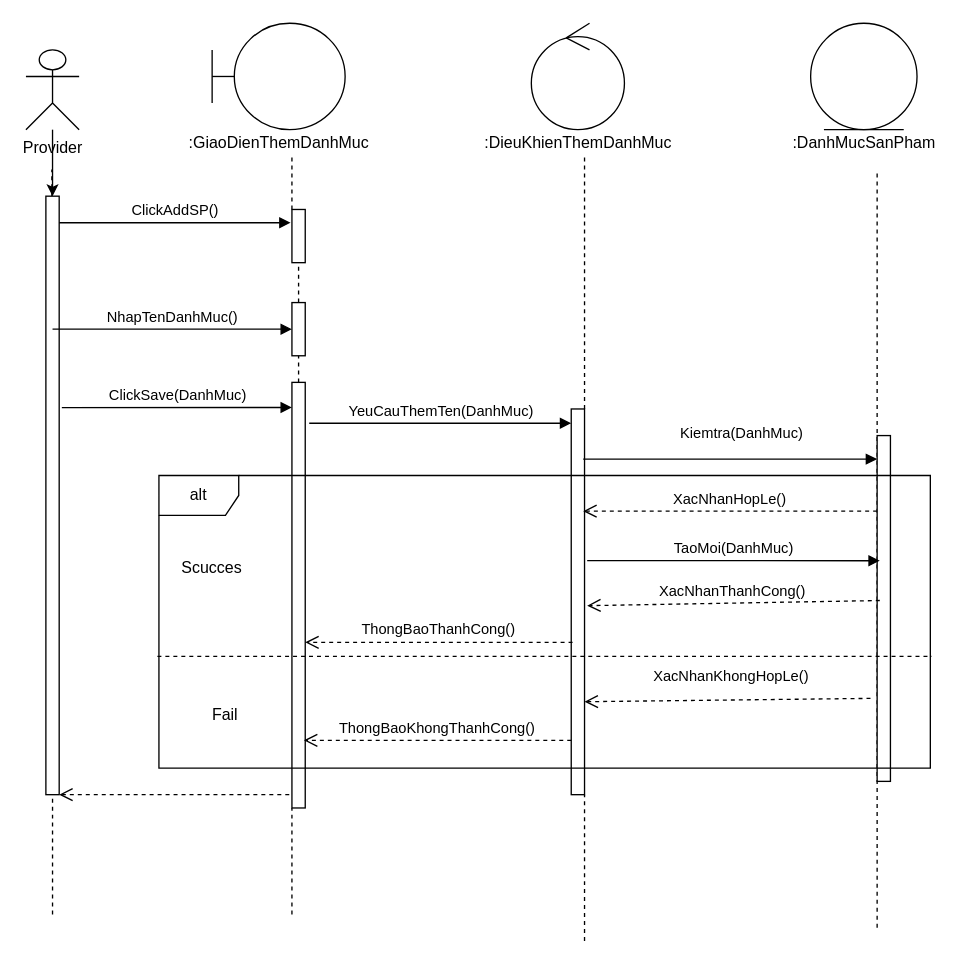
Above: Sequence/ThemDanhMucSanPham.drawio in hoangminh15/PTTKHT (draw.io), before the change. Source tidied: cells renumbered, new cells numbered last; positions are measured from the earlier drawing's top-left corner, leaving out a move shared by most shapes. Both pictures are drawn from the tidied source at 133%, with x=0, y=0 at pixel (25, 23).
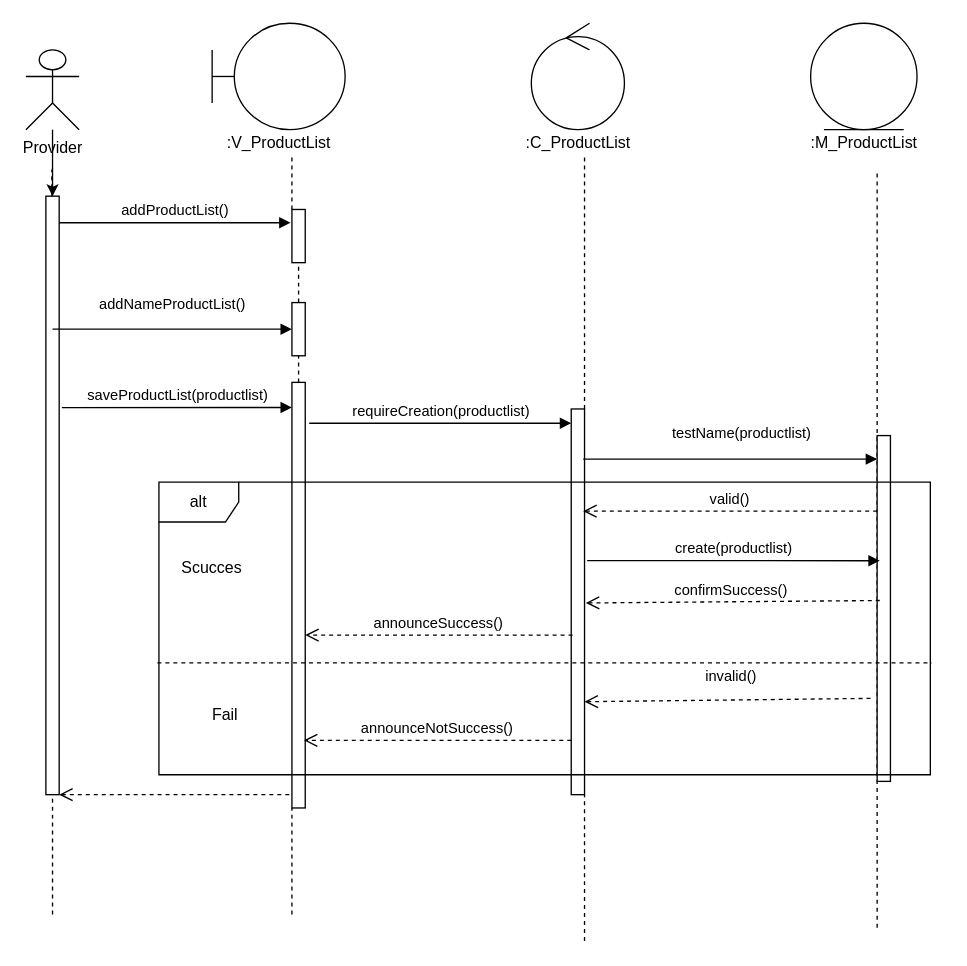
The same page after the edit.

The change refers to these unchanged cells:
```xml
<mxCell id="14" style="html=1;points=[];perimeter=orthogonalPerimeter;" parent="1" vertex="1">
  <mxGeometry x="15" y="130" width="10" height="450" as="geometry" />
</mxCell>
<mxCell id="19" style="html=1;points=[];perimeter=orthogonalPerimeter;" parent="1" vertex="1">
  <mxGeometry x="200" y="210" width="10" height="40" as="geometry" />
</mxCell>
<mxCell id="22" style="html=1;points=[];perimeter=orthogonalPerimeter;" parent="1" vertex="1">
  <mxGeometry x="200" y="270" width="10" height="320" as="geometry" />
</mxCell>
<mxCell id="25" style="html=1;points=[];perimeter=orthogonalPerimeter;" parent="1" vertex="1">
  <mxGeometry x="410" y="290" width="10" height="290" as="geometry" />
</mxCell>
<mxCell id="28" style="html=1;points=[];perimeter=orthogonalPerimeter;" parent="1" vertex="1">
  <mxGeometry x="640" y="310" width="10" height="260" as="geometry" />
</mxCell>
```

The edit, as a diff of the source:
```diff
@@
-    <mxCell id="8" value=":GiaoDienThemDanhMuc" style="text;html=1;align=center;verticalAlign=middle;" parent="1" vertex="1">
-      <mxGeometry x="115" y="80" width="150" height="20" as="geometry" />
+    <mxCell id="8" value=":V_ProductList" style="text;html=1;align=center;verticalAlign=middle;" parent="1" vertex="1">
+      <mxGeometry x="145" y="80" width="90" height="20" as="geometry" />
     </mxCell>
-    <mxCell id="9" value=":DieuKhienThemDanhMuc" style="text;html=1;align=center;verticalAlign=middle;" parent="1" vertex="1">
-      <mxGeometry x="340" y="80" width="150" height="20" as="geometry" />
+    <mxCell id="9" value=":C_ProductList" style="text;html=1;align=center;verticalAlign=middle;" parent="1" vertex="1">
+      <mxGeometry x="370" y="80" width="90" height="20" as="geometry" />
     </mxCell>
@@
-    <mxCell id="12" value=":DanhMucSanPham" style="text;html=1;align=center;verticalAlign=middle;" parent="1" vertex="1">
-      <mxGeometry x="570" y="80" width="120" height="20" as="geometry" />
+    <mxCell id="12" value=":M_ProductList" style="text;html=1;align=center;verticalAlign=middle;" parent="1" vertex="1">
+      <mxGeometry x="585" y="80" width="90" height="20" as="geometry" />
     </mxCell>
@@
-    <mxCell id="18" value="ClickAddSP()" style="html=1;verticalAlign=bottom;endArrow=block;" parent="1" edge="1" source="14">
+    <mxCell id="18" value="addProductList()" style="html=1;verticalAlign=bottom;endArrow=block;" parent="1" edge="1" source="14">
       <mxGeometry relative="1" as="geometry">
         <mxPoint x="199" y="150" as="targetPoint" />
       </mxGeometry>
     </mxCell>
@@
-    <mxCell id="21" value="NhapTenDanhMuc()" style="html=1;verticalAlign=bottom;endArrow=block;" parent="1" edge="1" target="19">
-      <mxGeometry relative="1" as="geometry">
+    <mxCell id="21" value="addNameProductList()" style="html=1;verticalAlign=bottom;endArrow=block;" parent="1" edge="1" target="19">
+      <mxGeometry y="10" relative="1" as="geometry">
         <mxPoint x="20" y="230" as="sourcePoint" />
       </mxGeometry>
     </mxCell>
@@
-    <mxCell id="24" value="ClickSave(DanhMuc)" style="html=1;verticalAlign=bottom;endArrow=block;entryX=0;entryY=0.059;entryDx=0;entryDy=0;entryPerimeter=0;" parent="1" edge="1" target="22">
+    <mxCell id="24" value="saveProductList(productlist)" style="html=1;verticalAlign=bottom;endArrow=block;entryX=0;entryY=0.059;entryDx=0;entryDy=0;entryPerimeter=0;" parent="1" edge="1" target="22">
       <mxGeometry relative="1" as="geometry">
         <mxPoint x="27" y="289" as="sourcePoint" />
       </mxGeometry>
     </mxCell>
@@
-    <mxCell id="27" value="YeuCauThemTen(DanhMuc)" style="html=1;verticalAlign=bottom;endArrow=block;exitX=1.3;exitY=0.096;exitDx=0;exitDy=0;exitPerimeter=0;" parent="1" edge="1" source="22" target="25">
+    <mxCell id="27" value="requireCreation(productlist)" style="html=1;verticalAlign=bottom;endArrow=block;exitX=1.3;exitY=0.096;exitDx=0;exitDy=0;exitPerimeter=0;" parent="1" edge="1" source="22" target="25">
       <mxGeometry relative="1" as="geometry" />
     </mxCell>
@@
-    <mxCell id="29" value="Kiemtra(DanhMuc)" style="html=1;verticalAlign=bottom;endArrow=block;exitX=0.9;exitY=0.13;exitDx=0;exitDy=0;exitPerimeter=0;" parent="1" edge="1" source="25" target="28">
+    <mxCell id="29" value="testName(productlist)" style="html=1;verticalAlign=bottom;endArrow=block;exitX=0.9;exitY=0.13;exitDx=0;exitDy=0;exitPerimeter=0;" parent="1" edge="1" source="25" target="28">
       <mxGeometry x="0.08" y="11" relative="1" as="geometry" />
     </mxCell>
-    <mxCell id="30" value="XacNhanHopLe()" style="html=1;verticalAlign=bottom;endArrow=open;dashed=1;endSize=8;entryX=0.9;entryY=0.265;entryDx=0;entryDy=0;entryPerimeter=0;" parent="1" edge="1" source="28" target="25">
+    <mxCell id="30" value="valid()" style="html=1;verticalAlign=bottom;endArrow=open;dashed=1;endSize=8;entryX=0.9;entryY=0.265;entryDx=0;entryDy=0;entryPerimeter=0;" parent="1" edge="1" source="28" target="25">
       <mxGeometry relative="1" as="geometry" />
     </mxCell>
-    <mxCell id="31" value="ThongBaoThanhCong()" style="html=1;verticalAlign=bottom;endArrow=open;dashed=1;endSize=8;exitX=0.1;exitY=0.605;exitDx=0;exitDy=0;exitPerimeter=0;" parent="1" edge="1" source="25" target="22">
-      <mxGeometry relative="1" as="geometry" />
+    <mxCell id="31" value="announceSuccess()" style="html=1;verticalAlign=bottom;endArrow=open;dashed=1;endSize=8;" parent="1" edge="1" target="22">
+      <mxGeometry relative="1" as="geometry">
+        <mxPoint x="411" y="460" as="sourcePoint" />
+      </mxGeometry>
     </mxCell>
@@
-    <mxCell id="33" value="TaoMoi(DanhMuc)" style="html=1;verticalAlign=bottom;endArrow=block;entryX=0.2;entryY=0.362;entryDx=0;entryDy=0;entryPerimeter=0;exitX=1.2;exitY=0.393;exitDx=0;exitDy=0;exitPerimeter=0;" parent="1" edge="1" source="25" target="28">
+    <mxCell id="33" value="create(productlist)" style="html=1;verticalAlign=bottom;endArrow=block;entryX=0.2;entryY=0.362;entryDx=0;entryDy=0;entryPerimeter=0;exitX=1.2;exitY=0.393;exitDx=0;exitDy=0;exitPerimeter=0;" parent="1" edge="1" source="25" target="28">
       <mxGeometry relative="1" as="geometry" />
     </mxCell>
-    <mxCell id="34" value="XacNhanThanhCong()" style="html=1;verticalAlign=bottom;endArrow=open;dashed=1;endSize=8;exitX=0.2;exitY=0.477;exitDx=0;exitDy=0;exitPerimeter=0;entryX=1.2;entryY=0.51;entryDx=0;entryDy=0;entryPerimeter=0;" parent="1" edge="1" source="28" target="25">
+    <mxCell id="34" value="confirmSuccess()" style="html=1;verticalAlign=bottom;endArrow=open;dashed=1;endSize=8;exitX=0.2;exitY=0.477;exitDx=0;exitDy=0;exitPerimeter=0;entryX=1.1;entryY=0.503;entryDx=0;entryDy=0;entryPerimeter=0;" parent="1" edge="1" source="28" target="25">
       <mxGeometry x="0.01" relative="1" as="geometry" />
     </mxCell>
-    <mxCell id="35" value="XacNhanKhongHopLe()" style="html=1;verticalAlign=bottom;endArrow=open;dashed=1;endSize=8;exitX=-0.5;exitY=0.76;exitDx=0;exitDy=0;exitPerimeter=0;entryX=1;entryY=0.759;entryDx=0;entryDy=0;entryPerimeter=0;" parent="1" edge="1" source="28" target="25">
+    <mxCell id="35" value="invalid()" style="html=1;verticalAlign=bottom;endArrow=open;dashed=1;endSize=8;exitX=-0.5;exitY=0.76;exitDx=0;exitDy=0;exitPerimeter=0;entryX=1;entryY=0.759;entryDx=0;entryDy=0;entryPerimeter=0;" parent="1" edge="1" source="28" target="25">
       <mxGeometry x="-0.02" y="-9" relative="1" as="geometry" />
     </mxCell>
-    <mxCell id="36" value="ThongBaoKhongThanhCong()" style="html=1;verticalAlign=bottom;endArrow=open;dashed=1;endSize=8;entryX=0.9;entryY=0.841;entryDx=0;entryDy=0;entryPerimeter=0;" parent="1" edge="1" source="25" target="22">
+    <mxCell id="36" value="announceNotSuccess()" style="html=1;verticalAlign=bottom;endArrow=open;dashed=1;endSize=8;entryX=0.9;entryY=0.841;entryDx=0;entryDy=0;entryPerimeter=0;" parent="1" edge="1" source="25" target="22">
       <mxGeometry relative="1" as="geometry" />
     </mxCell>
     <mxCell id="37" value="alt" style="shape=umlFrame;whiteSpace=wrap;html=1;" parent="1" vertex="1">
-      <mxGeometry x="100" y="340" width="580" height="220" as="geometry" />
+      <mxGeometry x="100" y="345" width="580" height="220" as="geometry" />
     </mxCell>
```
